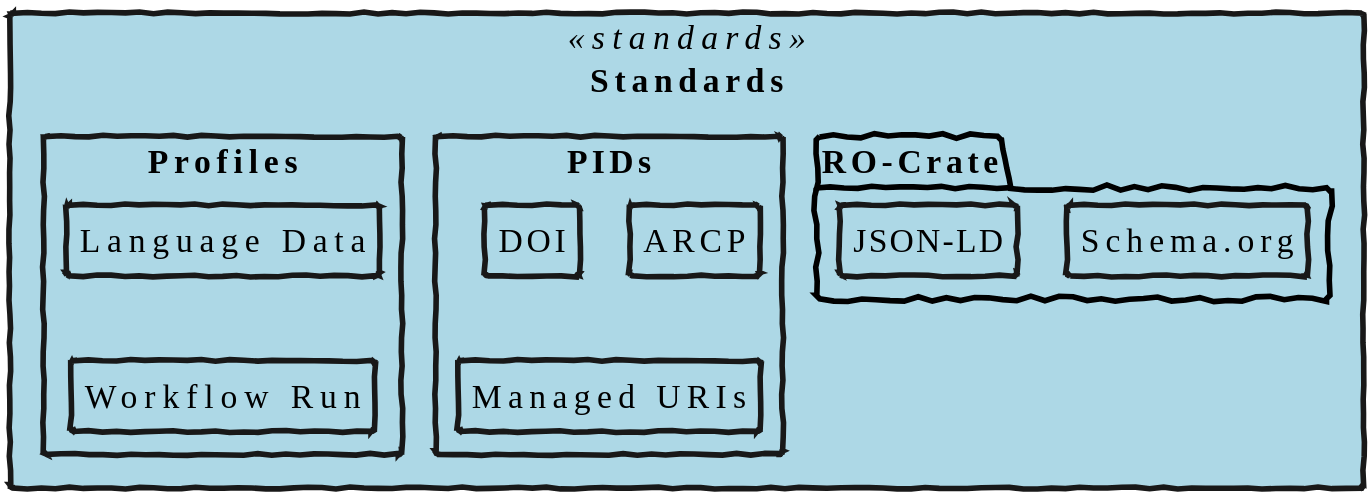
Before: generic/standards-components.svg, a diagram exported from PlantUML (Language-Research-Technology/plantuml-diagrams).
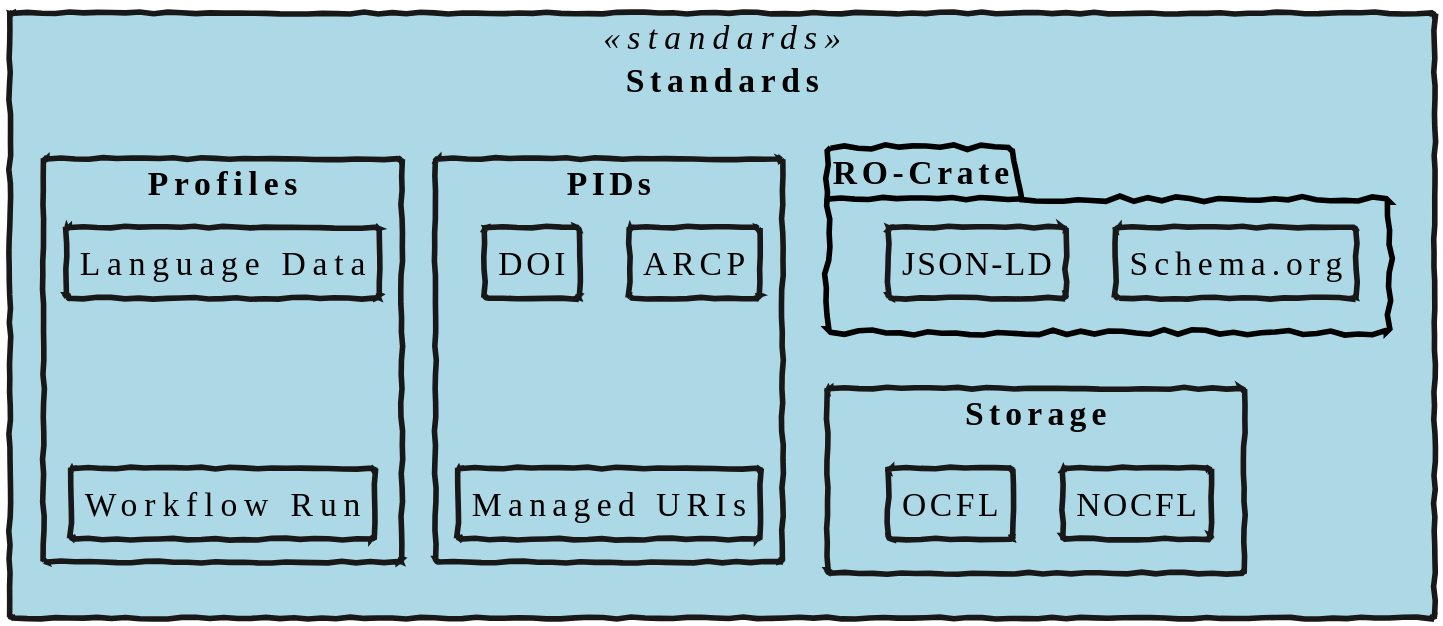
Later version of the same file.

Commit message:
Added OCFL to standards

What changed in the source:
```diff
@@ -8,6 +8,14 @@
         rectangle "Schema.org"
         rectangle "JSON-LD"
     }
+
+     rectangle "Storage" as storage {
+        rectangle "OCFL"
+        rectangle "NOCFL"
+    }
+    ro -down[hidden]-> storage
+    OCFL -right[hidden]-> NOCFL
+
     rectangle "PIDs" {
       rectangle "DOI"
       rectangle "ARCP"
```
